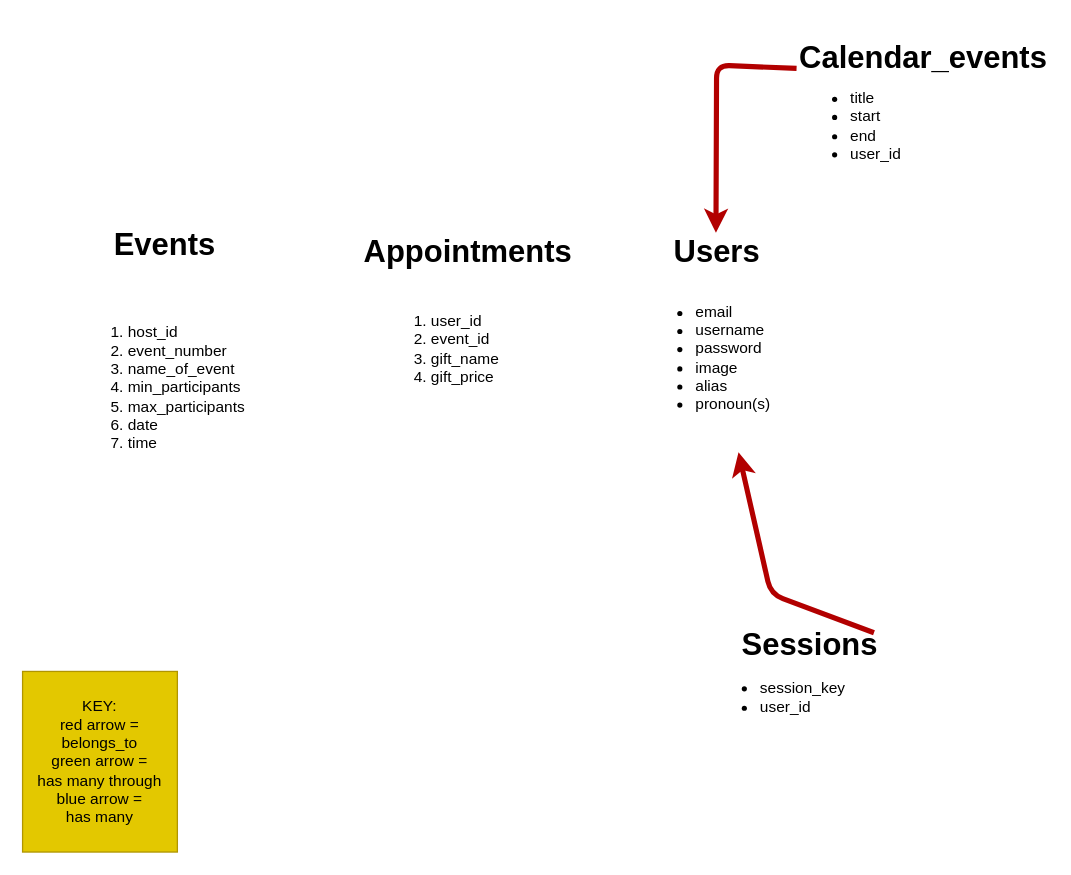
BrandonPinto/phase-5-project-brandon-pinto keeps this draw.io diagram as schema.drawio. Above is the earlier version. Source tidied: cells renumbered, new cells numbered last; positions are measured from the earlier drawing's top-left corner, leaving out a move shared by most shapes. Both pictures are drawn from the tidied source at 129%, with x=0, y=0 at pixel (22, 39).
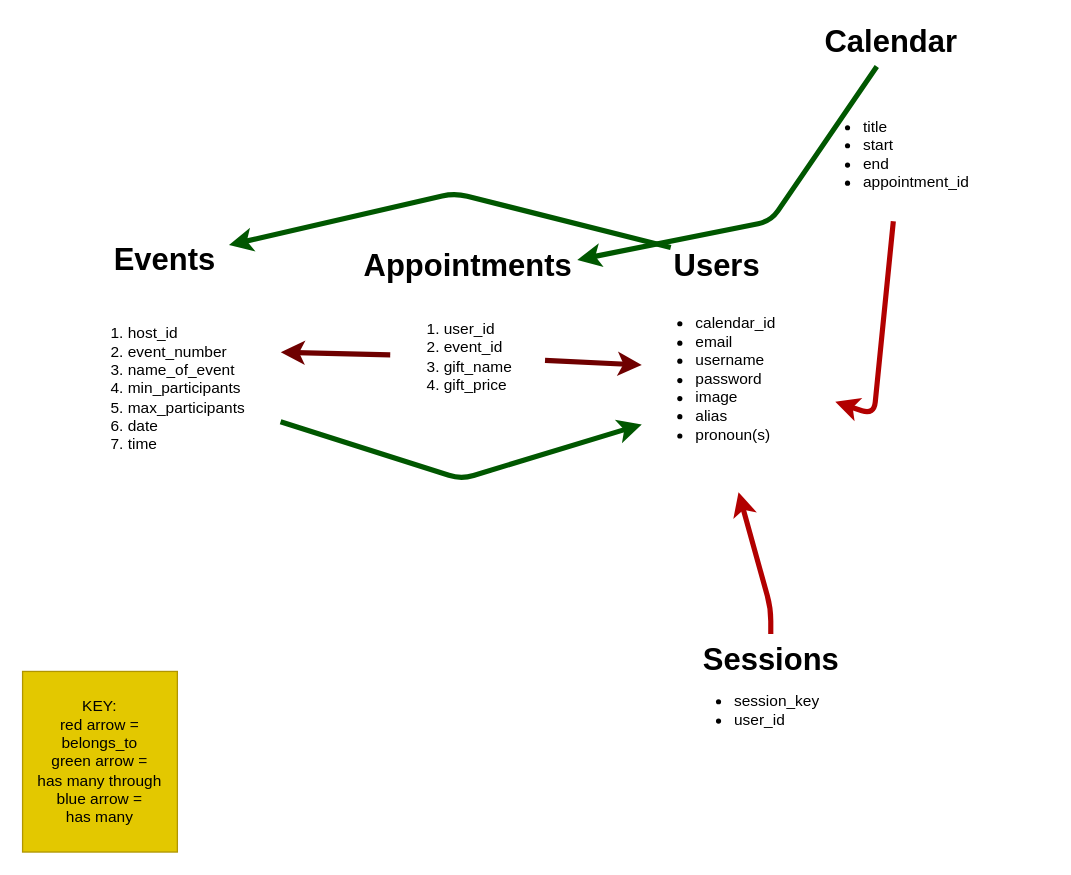
After the change.

Commit message (it also covers changes not shown here):
did some work on the calendar component, going to work on getting the backend base setup now.

The edit, as a diff of the source:
```diff
@@
     <mxCell id="2" value="Users" style="text;strokeColor=none;fillColor=none;html=1;fontSize=24;fontStyle=1;verticalAlign=middle;align=center;" parent="1" vertex="1">
-      <mxGeometry x="490" y="150" width="95" height="30" as="geometry" />
+      <mxGeometry x="490" y="161" width="95" height="30" as="geometry" />
     </mxCell>
     <mxCell id="3" value="Appointments" style="text;strokeColor=none;fillColor=none;html=1;fontSize=24;fontStyle=1;verticalAlign=middle;align=center;" parent="1" vertex="1">
-      <mxGeometry x="295" y="145" width="100" height="40" as="geometry" />
+      <mxGeometry x="295" y="156" width="100" height="40" as="geometry" />
     </mxCell>
-    <mxCell id="4" value="&lt;div&gt;&lt;br&gt;&lt;/div&gt;&lt;ul&gt;&lt;li&gt;email&lt;/li&gt;&lt;li&gt;username&lt;/li&gt;&lt;li&gt;password&lt;/li&gt;&lt;li&gt;image&lt;/li&gt;&lt;li&gt;alias&lt;/li&gt;&lt;li&gt;pronoun(s)&lt;/li&gt;&lt;/ul&gt;" style="text;strokeColor=none;fillColor=none;html=1;whiteSpace=wrap;verticalAlign=middle;overflow=hidden;" parent="1" vertex="1">
-      <mxGeometry x="480" y="160" width="150" height="160" as="geometry" />
+    <mxCell id="4" value="&lt;div&gt;&lt;br&gt;&lt;/div&gt;&lt;ul&gt;&lt;li&gt;calendar_id&lt;/li&gt;&lt;li&gt;email&lt;/li&gt;&lt;li&gt;username&lt;/li&gt;&lt;li&gt;password&lt;/li&gt;&lt;li&gt;image&lt;/li&gt;&lt;li&gt;alias&lt;/li&gt;&lt;li&gt;pronoun(s)&lt;/li&gt;&lt;/ul&gt;" style="text;strokeColor=none;fillColor=none;html=1;whiteSpace=wrap;verticalAlign=middle;overflow=hidden;" parent="1" vertex="1">
+      <mxGeometry x="480" y="171" width="150" height="170" as="geometry" />
     </mxCell>
+    <mxCell id="15" style="edgeStyle=none;html=1;strokeWidth=4;fillColor=#a20025;strokeColor=#6F0000;" parent="1" edge="1" source="5" target="4">
+      <mxGeometry relative="1" as="geometry" />
+    </mxCell>
+    <mxCell id="16" style="edgeStyle=none;html=1;strokeWidth=4;entryX=1.001;entryY=0.322;entryDx=0;entryDy=0;entryPerimeter=0;fillColor=#a20025;strokeColor=#6F0000;" parent="1" edge="1" source="5" target="10">
+      <mxGeometry relative="1" as="geometry" />
+    </mxCell>
     <mxCell id="5" value="&lt;ol&gt;&lt;li&gt;user_id&lt;/li&gt;&lt;li&gt;event_id&lt;/li&gt;&lt;li&gt;gift_name&lt;/li&gt;&lt;li&gt;gift_price&lt;/li&gt;&lt;/ol&gt;" style="text;strokeColor=none;fillColor=none;html=1;whiteSpace=wrap;verticalAlign=middle;overflow=hidden;" parent="1" vertex="1">
-      <mxGeometry x="275" y="190" width="120" height="100" as="geometry" />
+      <mxGeometry x="285" y="196" width="120" height="100" as="geometry" />
     </mxCell>
     <mxCell id="6" value="&lt;ul&gt;&lt;li&gt;session_key&lt;/li&gt;&lt;li&gt;user_id&lt;/li&gt;&lt;/ul&gt;" style="text;strokeColor=none;fillColor=none;html=1;whiteSpace=wrap;verticalAlign=middle;overflow=hidden;" parent="1" vertex="1">
-      <mxGeometry x="530" y="470" width="140" height="80" as="geometry" />
+      <mxGeometry x="510" y="480" width="140" height="80" as="geometry" />
     </mxCell>
-    <mxCell id="7" style="edgeStyle=none;html=1;fillColor=#e51400;strokeColor=#B20000;strokeWidth=4;exitX=1;exitY=0.25;exitDx=0;exitDy=0;" parent="1" edge="1" source="8">
+    <mxCell id="7" style="edgeStyle=none;html=1;fillColor=#e51400;strokeColor=#B20000;strokeWidth=4;exitX=0.5;exitY=0;exitDx=0;exitDy=0;" parent="1" edge="1" source="8">
       <mxGeometry relative="1" as="geometry">
-        <mxPoint x="555" y="320" as="targetPoint" />
+        <mxPoint x="555" y="351" as="targetPoint" />
         <Array as="points">
-          <mxPoint x="580" y="430" />
+          <mxPoint x="580" y="441" />
         </Array>
       </mxGeometry>
     </mxCell>
     <mxCell id="8" value="Sessions" style="text;strokeColor=none;fillColor=none;html=1;fontSize=24;fontStyle=1;verticalAlign=middle;align=center;" parent="1" vertex="1">
-      <mxGeometry x="560" y="450" width="100" height="40" as="geometry" />
+      <mxGeometry x="530" y="461" width="100" height="40" as="geometry" />
     </mxCell>
@@
+    <mxCell id="17" style="edgeStyle=none;html=1;entryX=0;entryY=0.75;entryDx=0;entryDy=0;strokeWidth=4;fillColor=#008a00;strokeColor=#005700;" parent="1" edge="1" source="10" target="4">
+      <mxGeometry relative="1" as="geometry">
+        <Array as="points">
+          <mxPoint x="340" y="341" />
+        </Array>
+      </mxGeometry>
+    </mxCell>
     <mxCell id="10" value="&lt;ol&gt;&lt;li&gt;host_id&lt;/li&gt;&lt;li&gt;event_number&lt;/li&gt;&lt;li&gt;name_of_event&lt;/li&gt;&lt;li&gt;min_participants&lt;/li&gt;&lt;li&gt;max_participants&lt;/li&gt;&lt;li&gt;date&lt;/li&gt;&lt;li&gt;time&lt;/li&gt;&lt;/ol&gt;" style="text;strokeColor=none;fillColor=none;html=1;whiteSpace=wrap;verticalAlign=middle;overflow=hidden;" parent="1" vertex="1">
-      <mxGeometry x="40" y="190" width="160" height="160" as="geometry" />
+      <mxGeometry x="40" y="191" width="160" height="160" as="geometry" />
     </mxCell>
     <mxCell id="11" value="Events" style="text;strokeColor=none;fillColor=none;html=1;fontSize=24;fontStyle=1;verticalAlign=middle;align=center;" parent="1" vertex="1">
-      <mxGeometry x="60" y="140" width="100" height="40" as="geometry" />
+      <mxGeometry x="60" y="151" width="100" height="40" as="geometry" />
     </mxCell>
-    <mxCell id="12" value="Calendar_events" style="text;strokeColor=none;fillColor=none;html=1;fontSize=24;fontStyle=1;verticalAlign=middle;align=center;" parent="1" vertex="1">
-      <mxGeometry x="600" width="195" height="30" as="geometry" />
+    <mxCell id="12" value="Calendar" style="text;strokeColor=none;fillColor=none;html=1;fontSize=24;fontStyle=1;verticalAlign=middle;align=center;" parent="1" vertex="1">
+      <mxGeometry x="610" y="-13" width="125" height="30" as="geometry" />
     </mxCell>
-    <mxCell id="13" style="edgeStyle=none;html=1;fillColor=#e51400;strokeColor=#B20000;strokeWidth=4;entryX=0.5;entryY=0;entryDx=0;entryDy=0;exitX=0;exitY=0.75;exitDx=0;exitDy=0;" parent="1" edge="1" source="12" target="2">
-      <mxGeometry relative="1" as="geometry">
-        <Array as="points">
-          <mxPoint x="538" y="20" />
-        </Array>
-      </mxGeometry>
-    </mxCell>
+    <mxCell id="18" style="edgeStyle=none;html=1;strokeWidth=4;fillColor=#008a00;strokeColor=#005700;" parent="1" edge="1">
+      <mxGeometry relative="1" as="geometry">
+        <mxPoint x="662.2" y="21" as="sourcePoint" />
+        <mxPoint x="430" y="171" as="targetPoint" />
+        <Array as="points">
+          <mxPoint x="580" y="141" />
+        </Array>
+      </mxGeometry>
+    </mxCell>
-    <mxCell id="14" value="&lt;div&gt;&lt;br&gt;&lt;/div&gt;&lt;ul&gt;&lt;li&gt;title&lt;/li&gt;&lt;li&gt;start&lt;/li&gt;&lt;li&gt;end&lt;/li&gt;&lt;li&gt;user_id&lt;/li&gt;&lt;/ul&gt;" style="text;strokeColor=none;fillColor=none;html=1;whiteSpace=wrap;verticalAlign=middle;overflow=hidden;" parent="1" vertex="1">
-      <mxGeometry x="600" width="150" height="120" as="geometry" />
+    <mxCell id="14" value="&lt;div&gt;&lt;br&gt;&lt;/div&gt;&lt;ul&gt;&lt;li&gt;title&lt;/li&gt;&lt;li&gt;start&lt;/li&gt;&lt;li&gt;end&lt;/li&gt;&lt;li&gt;appointment_id&lt;/li&gt;&lt;/ul&gt;" style="text;strokeColor=none;fillColor=none;html=1;whiteSpace=wrap;verticalAlign=middle;overflow=hidden;" parent="1" vertex="1">
+      <mxGeometry x="610" y="27" width="130" height="110" as="geometry" />
     </mxCell>
+    <mxCell id="19" style="edgeStyle=none;html=1;fillColor=#e51400;strokeColor=#B20000;strokeWidth=4;exitX=0.5;exitY=1;exitDx=0;exitDy=0;" parent="1" edge="1" target="4">
+      <mxGeometry relative="1" as="geometry">
+        <mxPoint x="675" y="141" as="sourcePoint" />
+        <Array as="points">
+          <mxPoint x="660" y="291" />
+        </Array>
+      </mxGeometry>
+    </mxCell>
+    <mxCell id="20" style="edgeStyle=none;html=1;strokeWidth=4;fillColor=#008a00;strokeColor=#005700;exitX=0.131;exitY=0.011;exitDx=0;exitDy=0;exitPerimeter=0;" parent="1" edge="1" source="2" target="11">
+      <mxGeometry relative="1" as="geometry">
+        <Array as="points">
+          <mxPoint x="335" y="119.2" />
+        </Array>
+      </mxGeometry>
+    </mxCell>
```
